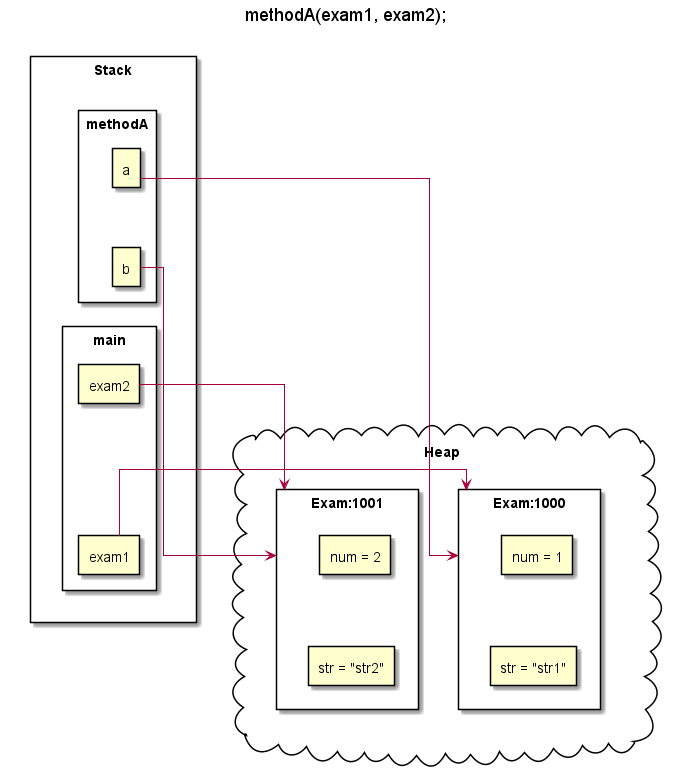
Above: img/java/concept_memorymanagement_32.png in windowforsun/blog (PlantUML), before the change.
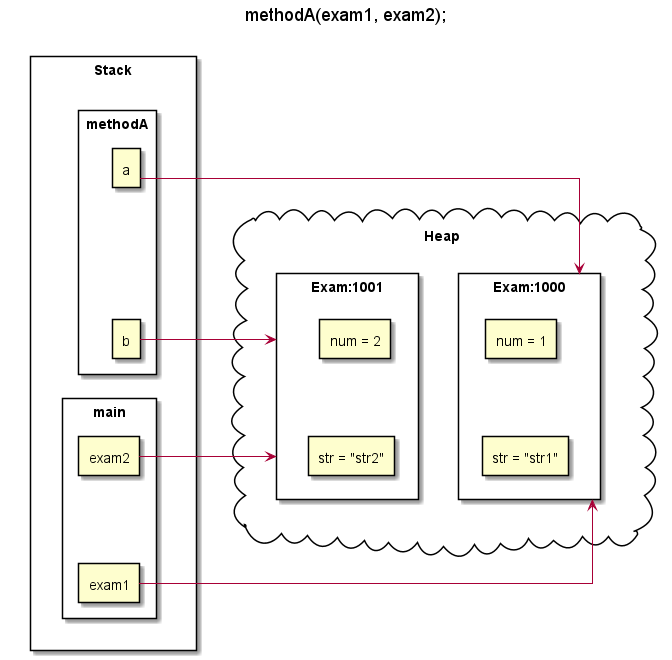
Above is the later version.

Diff of the diagram source:
```diff
@@ -38,9 +38,9 @@
 
 Stack -[hidden]r-Heap
 
-exam1 -r-> Exam1000
+exam1 -u-> Exam1000
 exam2 -r-> Exam1001
-a -r-> Exam1000
+a -u-> Exam1000
 b -r-> Exam1001
 
 @enduml
```
